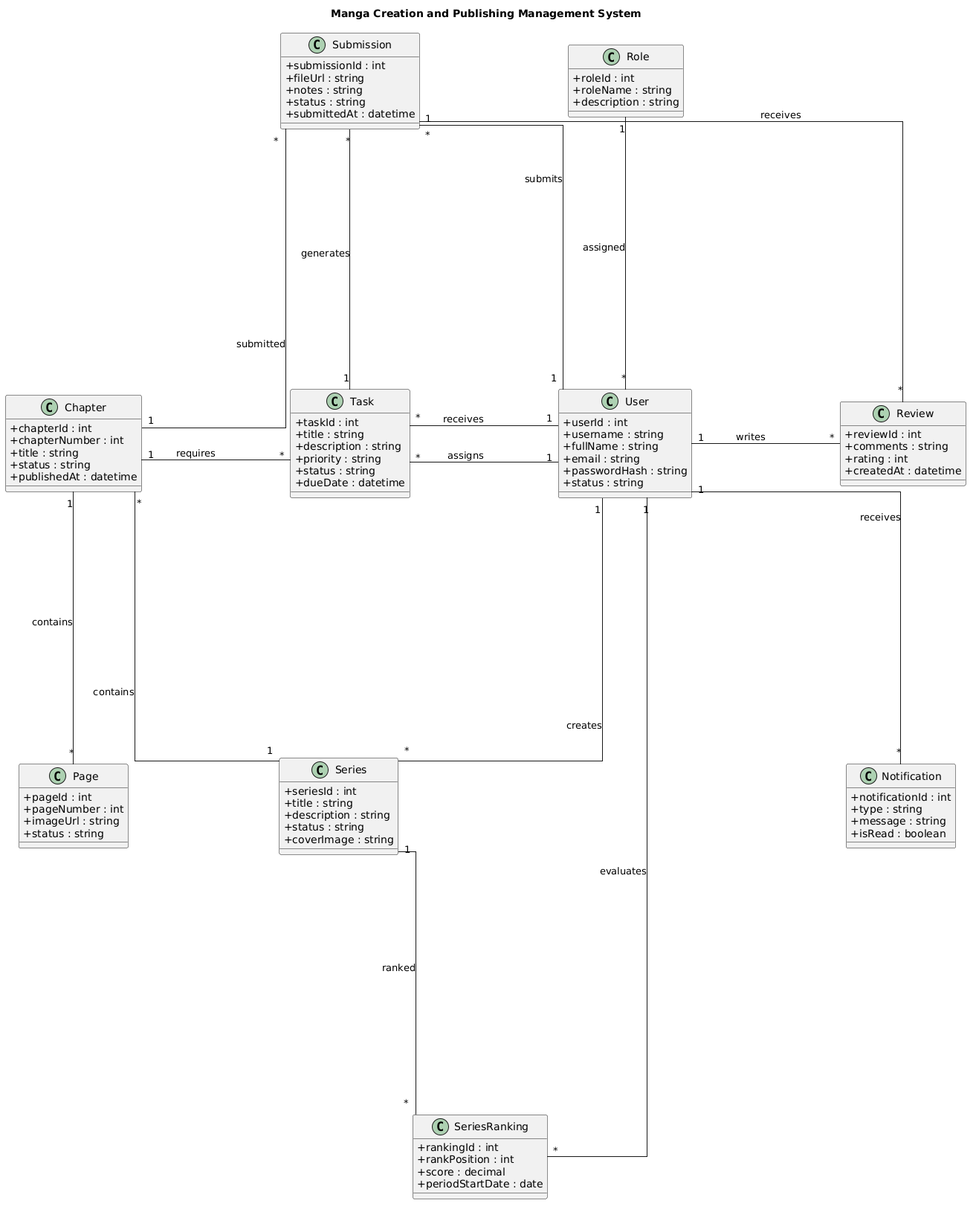
The PlantUML diagram assets/diagrams/Chapter3_IMAGE/class_diagram.png in trongtan0079/manga-workflow-report, before a commit.
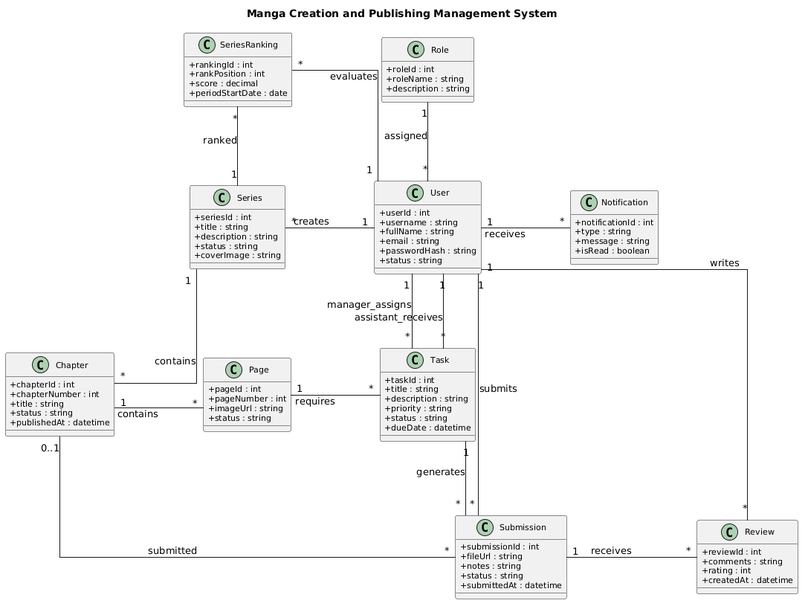
Later version of the same file.

Change to the diagram source:
```diff
@@ -1,10 +1,12 @@
 @startuml
 title Manga Creation and Publishing Management System
+
 skinparam classAttributeIconSize 0
 skinparam linetype ortho
-skinparam ranksep 350
-skinparam nodesep 200
-top to bottom direction
+skinparam nodesep 120
+skinparam ranksep 100
+skinparam classFontSize 13
+skinparam classAttributeFontSize 11
 
 class Role {
   +roleId : int
@@ -83,22 +85,23 @@
 }
 
 Role "1" -down- "*" User : assigned
-User "1" -down- "*" Series : creates
+User "1" -right- "*" Notification : receives
+
+User "1" -left- "*" Series : creates
 Series "1" -down- "*" Chapter : contains
-Chapter "1" -down- "*" Page : contains
+Chapter "1" -right- "*" Page : contains
 
-Chapter "1" -right- "*" Task : requires
-User "1" -right- "*" Task : assigns
-User "1" -left- "*" Task : receives
+Page "1" -right- "*" Task : requires
+User "1" -down- "*" Task : manager_assigns
+User "1" -down- "*" Task : assistant_receives
 
-Task "1" -right- "*" Submission : generates
-Chapter "1" -left- "*" Submission : submitted
+Task "1" -down- "*" Submission : generates
+Chapter "0..1" -down- "*" Submission : submitted
 User "1" -down- "*" Submission : submits
 
-Submission "1" -down- "*" Review : receives
-User "1" -right- "*" Review : writes
+Submission "1" -right- "*" Review : receives
+User "1" -down- "*" Review : writes
 
-Series "1" -down- "*" SeriesRanking : ranked
+Series "1" -left- "*" SeriesRanking : ranked
 User "1" -down- "*" SeriesRanking : evaluates
-User "1" -down- "*" Notification : receives
 @enduml
```
